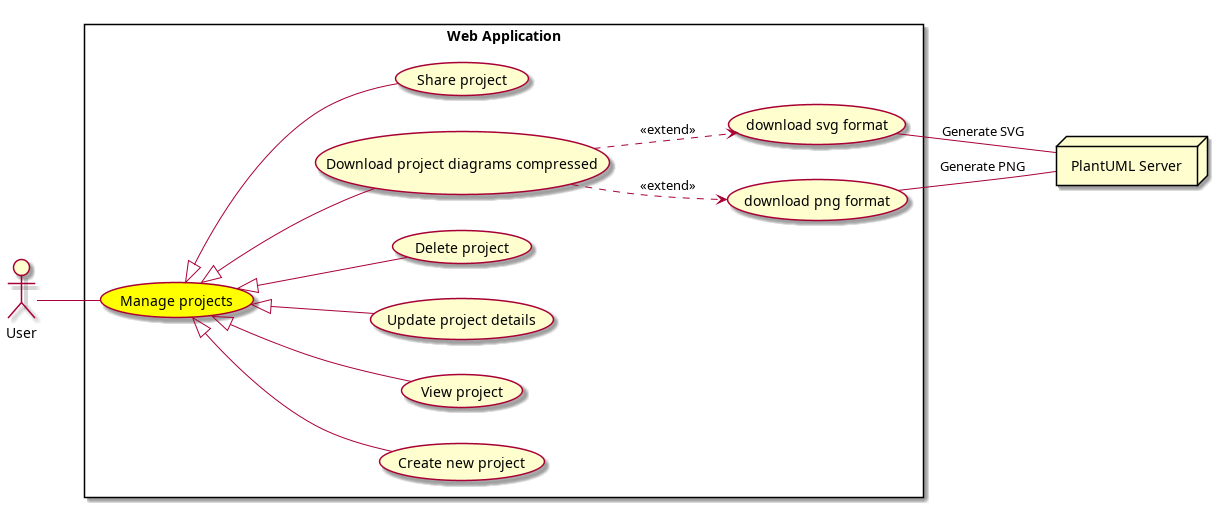
souhaib-askri/report_pfe keeps this PlantUML diagram as conception/SprintIII/use_case_diagrams/refined_use_case_feature_project_management.png. Above is the earlier version. Its source is kept beside it as conception/SprintIII/use_case_diagrams/refined_use_case_feature_project_management.puml. Source of this version:
```plantuml
@startuml

left to right direction

actor "User" as User
node "PlantUML Server" as PlantUMLServer

rectangle "Web Application" {
    usecase "Manage projects" as ManageProjects #Yellow
    usecase "Create new project" as CreateNewProject
    usecase "View project" as ViewProject
    usecase "Update project details" as UpdateProjectDetails
    usecase "Delete project" as DeleteProject
    usecase "Download project diagrams compressed" as DownloadProjectDiagrams
    usecase "Share project" as ShareProject
    usecase "download svg format" as DownloadSVGFormat
    usecase "download png format" as DownloadPNGFormat
}

User -- ManageProjects

ManageProjects <|-- CreateNewProject
ManageProjects <|-- ViewProject
ManageProjects <|-- UpdateProjectDetails
ManageProjects <|-- DeleteProject
ManageProjects <|-- DownloadProjectDiagrams
ManageProjects <|-- ShareProject

DownloadProjectDiagrams ..> DownloadSVGFormat : <<extend>>
DownloadProjectDiagrams ..> DownloadPNGFormat : <<extend>>

DownloadSVGFormat -- PlantUMLServer : "Generate SVG"
DownloadPNGFormat -- PlantUMLServer : "Generate PNG"

@enduml
```
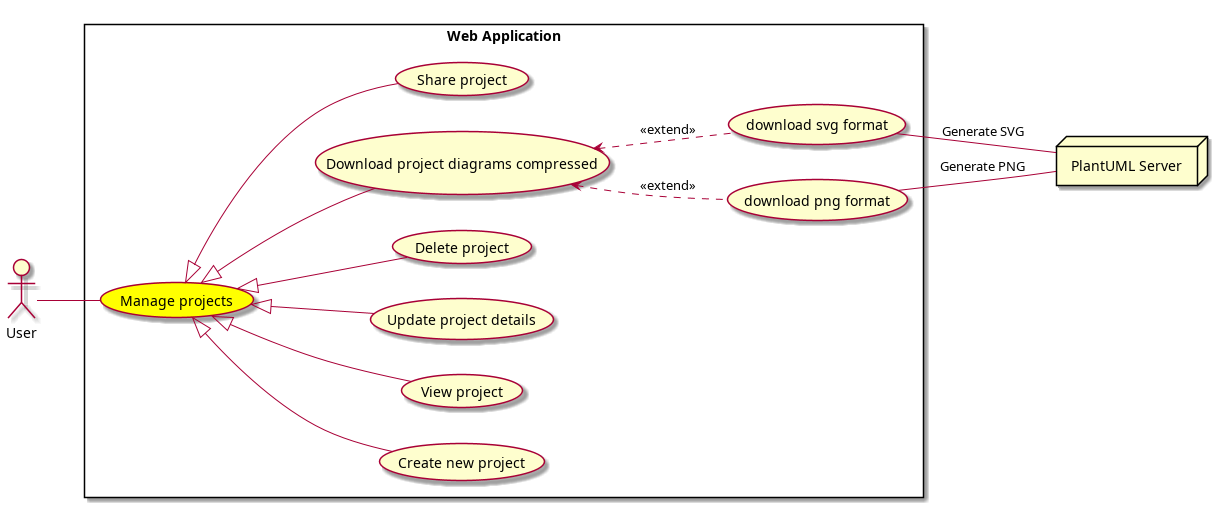
After the change.

Diff of the diagram source:
```diff
@@ -26,8 +26,8 @@
 ManageProjects <|-- DownloadProjectDiagrams
 ManageProjects <|-- ShareProject
 
-DownloadProjectDiagrams ..> DownloadSVGFormat : <<extend>>
-DownloadProjectDiagrams ..> DownloadPNGFormat : <<extend>>
+DownloadProjectDiagrams <.. DownloadSVGFormat : <<extend>>
+DownloadProjectDiagrams <.. DownloadPNGFormat : <<extend>>
 
 DownloadSVGFormat -- PlantUMLServer : "Generate SVG"
 DownloadPNGFormat -- PlantUMLServer : "Generate PNG"
```
